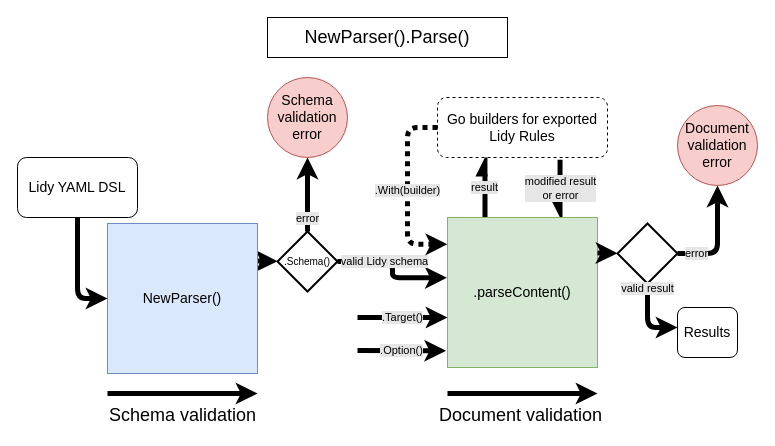
mathieucaroff/rapport3A keeps this draw.io diagram as rapport4/misc/Lidy-NewParser-Parse.drawio. Above is the earlier version. Source tidied: cells renumbered, new cells numbered last; positions are measured from the earlier drawing's top-left corner, leaving out a move shared by most shapes. Both pictures are drawn from the tidied source at 100%, with x=0, y=0 at pixel (17, 17).
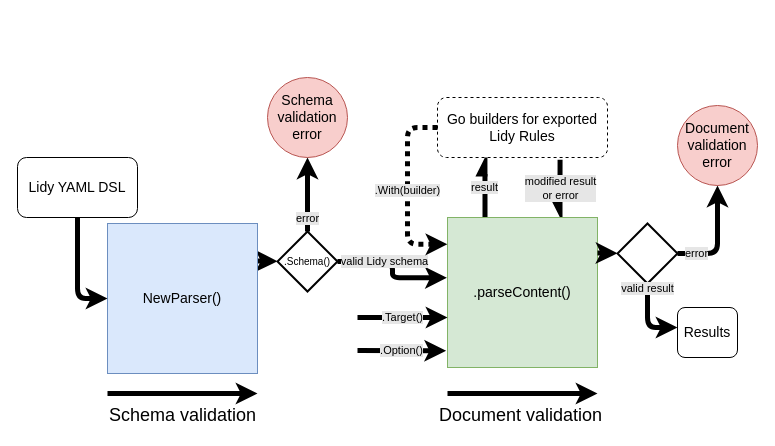
The same diagram, later.

Diff of the diagram source:
```diff
@@
-    <mxCell id="23" value="&lt;font style=&quot;font-size: 18px&quot;&gt;NewParser().Parse()&lt;/font&gt;" style="rounded=0;whiteSpace=wrap;html=1;shadow=0;glass=0;sketch=0;strokeColor=#000000;fontFamily=CMU Sans Serif;" parent="1" vertex="1">
-      <mxGeometry x="250" width="240" height="40" as="geometry" />
-    </mxCell>
```
